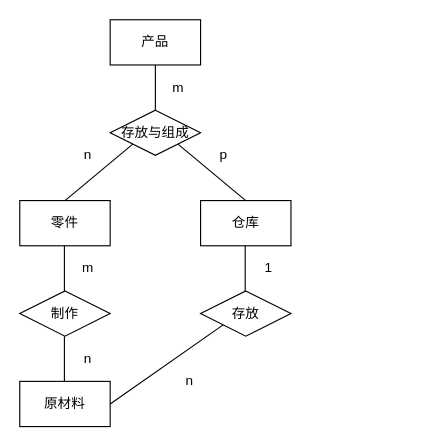
zhiyuan5986/draw_io keeps this draw.io diagram as DB-hw1-3.drawio. Above is the earlier version. Source tidied: cells renumbered, new cells numbered last; positions are measured from the earlier drawing's top-left corner, leaving out a move shared by most shapes. Both pictures are drawn from the tidied source at 113%, with x=0, y=0 at pixel (19, 19).
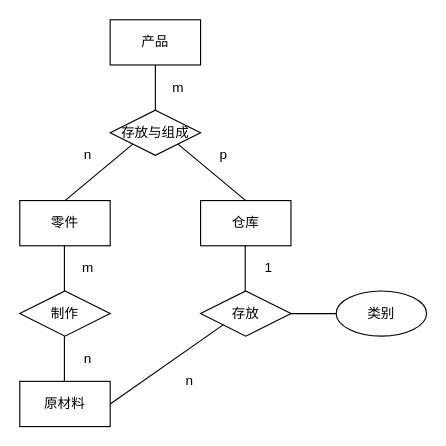
The same page after the edit.

The edit, as a diff of the source:
```diff
@@
+    <mxCell id="23" style="endArrow=none;html=1;rounded=0;" parent="1" edge="1">
+      <mxGeometry relative="1" as="geometry">
+        <mxPoint x="240" y="260" as="sourcePoint" />
+        <mxPoint x="280" y="260" as="targetPoint" />
+      </mxGeometry>
+    </mxCell>
+    <mxCell id="24" value="类别" style="ellipse;whiteSpace=wrap;html=1;" parent="1" vertex="1">
+      <mxGeometry x="280" y="240" width="80" height="40" as="geometry" />
+    </mxCell>
```
